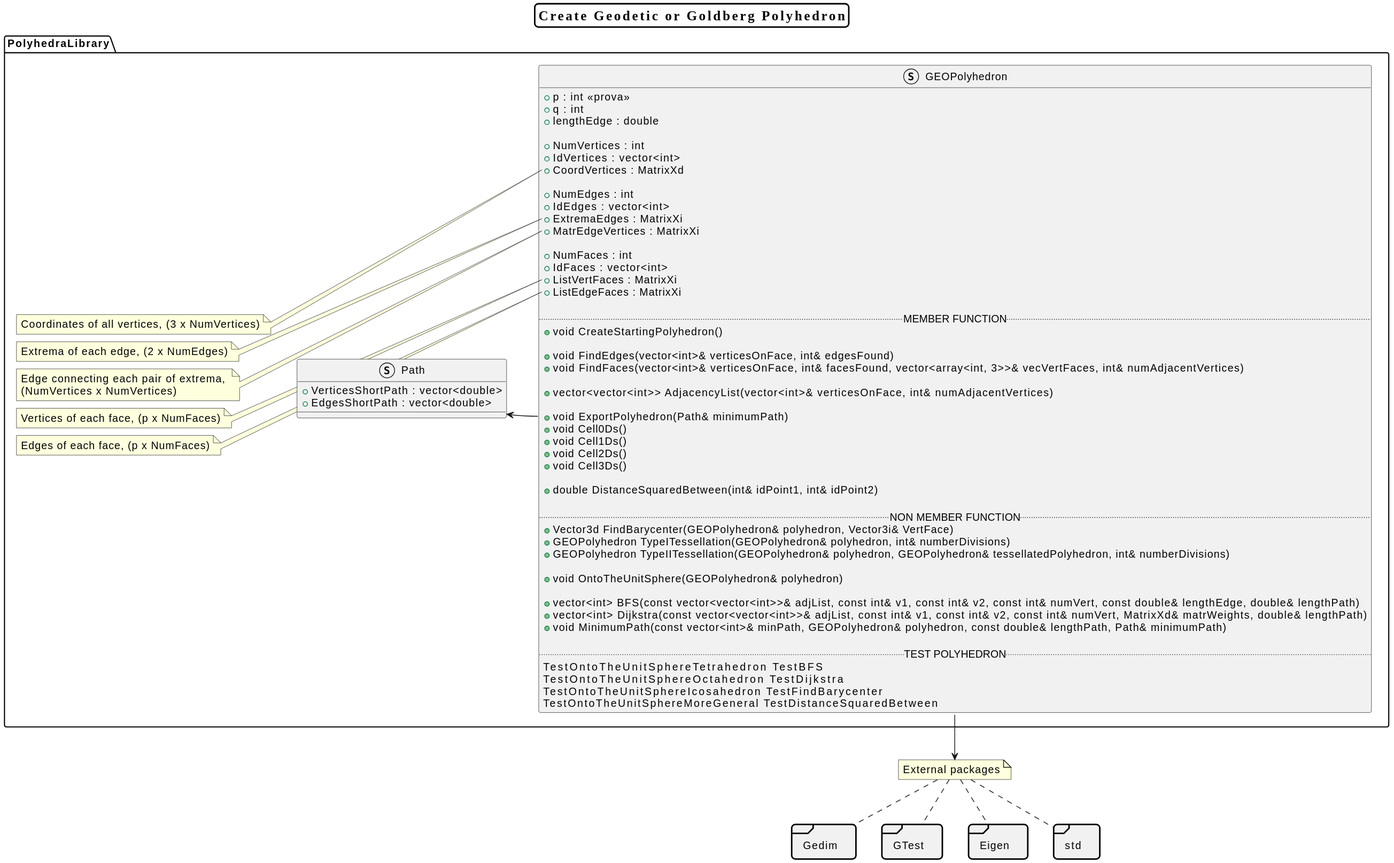
The PlantUML diagram Documentation/SVG_images/PolyhedraLibrary.svg in M4rc10n3/ProgettoPCS2025, before a commit.
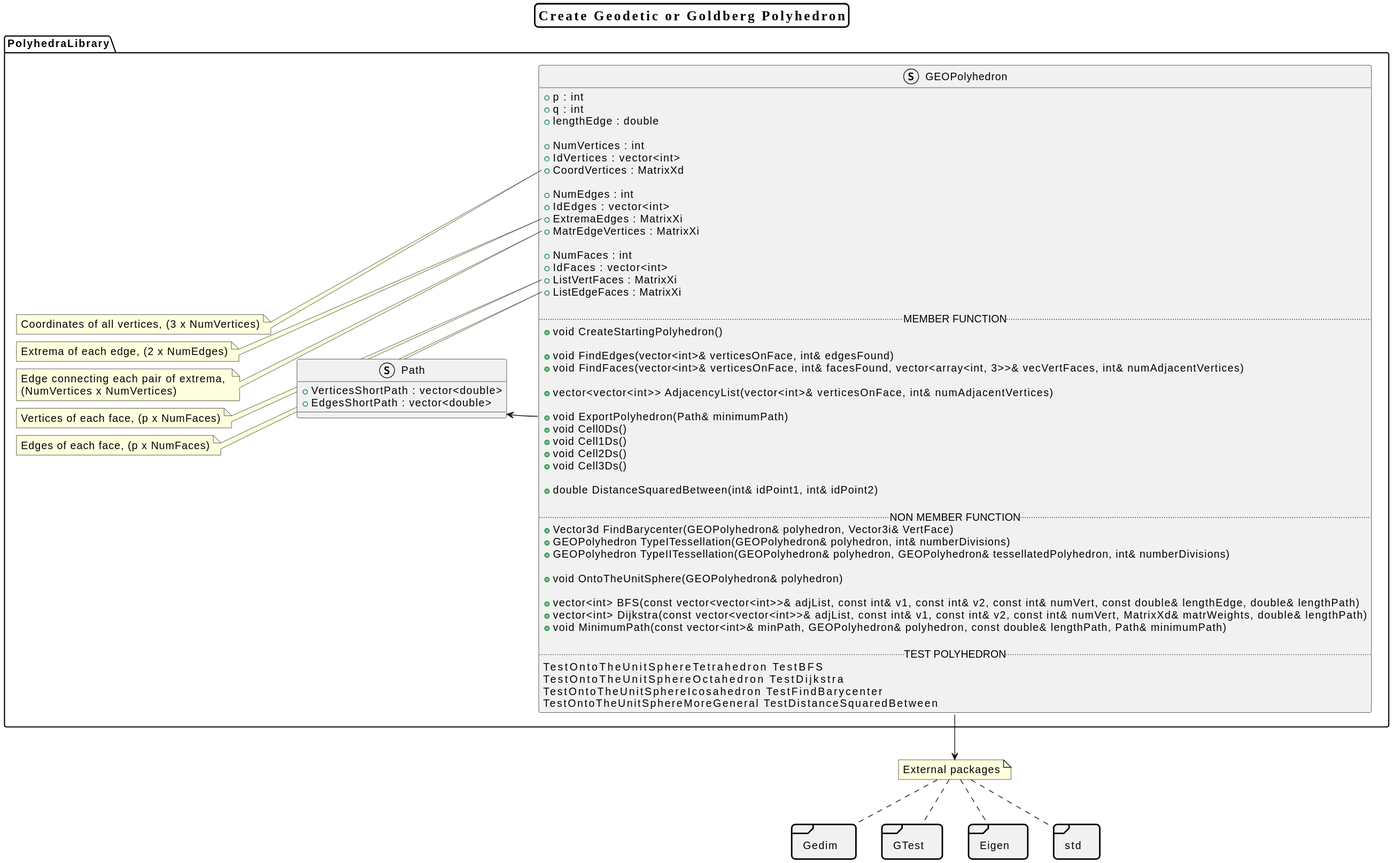
After the commit.

Commit message:
PolyhedraLibrary uml

The edit, as a diff of the source:
```diff
@@ -20,7 +20,7 @@
 package PolyhedraLibrary <<Folder>>
 {
 struct GEOPolyhedron {
-  + p : int <<prova>>
+  + p : int
   + q : int
   + lengthEdge : double
 
```
